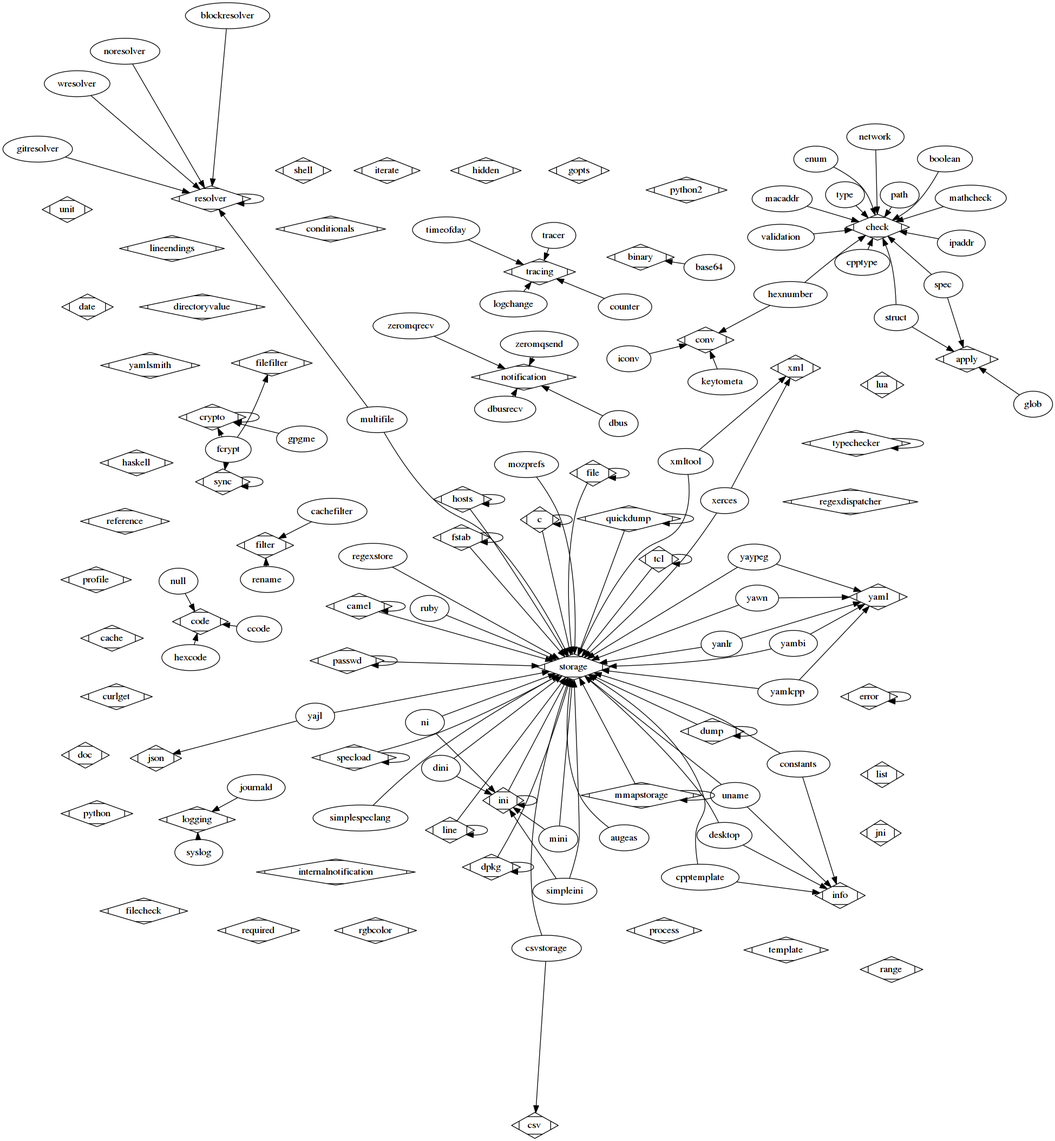
This is doc/images/plugins.png from ElektraInitiative/libelektra, a Graphviz export, as it was before one commit. Its source is kept beside it as doc/images/plugins.dot.
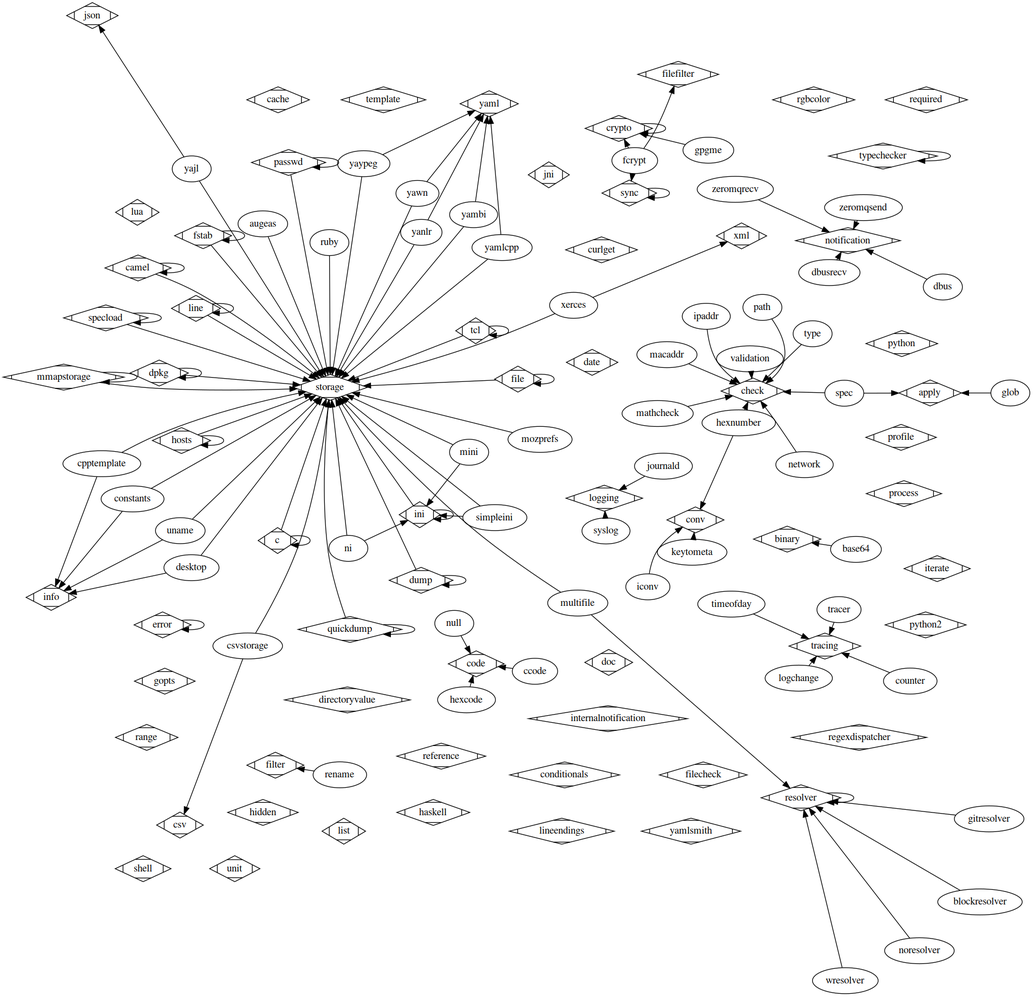
Later version of the same file.

Commit message:
plugins: redraw

Diff of the diagram source:
```diff
@@ -6,15 +6,11 @@
 	base64 -> binary;
 	resolver [shape=Mdiamond];
 	blockresolver -> resolver;
-	check [shape=Mdiamond];
-	boolean -> check;
 	storage [shape=Mdiamond];
 	c -> storage;
 	c [shape=Mdiamond];
 	c -> c;
 	cache [shape=Mdiamond];
-	filter [shape=Mdiamond];
-	cachefilter -> filter;
 	storage [shape=Mdiamond];
 	camel -> storage;
 	camel [shape=Mdiamond];
@@ -32,8 +28,6 @@
 	cpptemplate -> storage;
 	info [shape=Mdiamond];
 	cpptemplate -> info;
-	check [shape=Mdiamond];
-	cpptype -> check;
 	crypto [shape=Mdiamond];
 	crypto -> crypto;
 	storage [shape=Mdiamond];
@@ -50,10 +44,6 @@
 	desktop -> storage;
 	info [shape=Mdiamond];
 	desktop -> info;
-	storage [shape=Mdiamond];
-	dini -> storage;
-	ini [shape=Mdiamond];
-	dini -> ini;
 	directoryvalue [shape=Mdiamond];
 	doc [shape=Mdiamond];
 	storage [shape=Mdiamond];
@@ -64,8 +54,6 @@
 	dump -> storage;
 	dump [shape=Mdiamond];
 	dump -> dump;
-	check [shape=Mdiamond];
-	enum -> check;
 	error [shape=Mdiamond];
 	error -> error;
 	sync [shape=Mdiamond];
@@ -171,8 +159,6 @@
 	range [shape=Mdiamond];
 	reference [shape=Mdiamond];
 	regexdispatcher [shape=Mdiamond];
-	storage [shape=Mdiamond];
-	regexstore -> storage;
 	filter [shape=Mdiamond];
 	rename -> filter;
 	required [shape=Mdiamond];
@@ -186,8 +172,6 @@
 	simpleini -> storage;
 	ini [shape=Mdiamond];
 	simpleini -> ini;
-	storage [shape=Mdiamond];
-	simplespeclang -> storage;
 	check [shape=Mdiamond];
 	spec -> check;
 	apply [shape=Mdiamond];
@@ -196,10 +180,6 @@
 	specload -> storage;
 	specload [shape=Mdiamond];
 	specload -> specload;
-	apply [shape=Mdiamond];
-	struct -> apply;
-	check [shape=Mdiamond];
-	struct -> check;
 	sync [shape=Mdiamond];
 	sync -> sync;
 	logging [shape=Mdiamond];
@@ -231,10 +211,6 @@
 	xml [shape=Mdiamond];
 	xerces -> xml;
 	storage [shape=Mdiamond];
-	xmltool -> storage;
-	xml [shape=Mdiamond];
-	xmltool -> xml;
-	storage [shape=Mdiamond];
 	yajl -> storage;
 	json [shape=Mdiamond];
 	yajl -> json;
```
